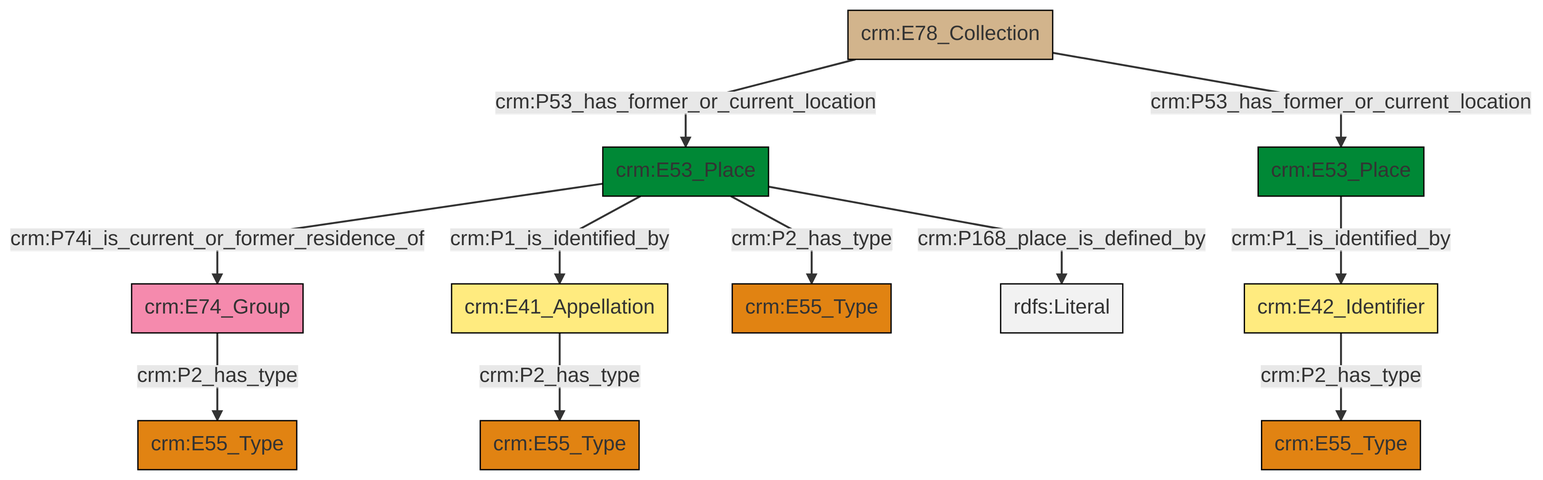
The Mermaid diagram et/archivalCSV/ttl/mmd/png/archival_location.png in swiss-art-research-net/docs.swissartresearch, before a commit. Its source is kept beside it as et/archivalCSV/ttl/mmd/archival_location.ttl.mmd. The source it was exported from:
```mermaid
graph TD
classDef Literal fill:#f2f2f2,stroke:#000000;
classDef CRM_Entity fill:#FFFFFF,stroke:#000000;
classDef Temporal_Entity fill:#00C9E6, stroke:#000000;
classDef Type fill:#E18312, stroke:#000000;
classDef Time-Span fill:#2C9C91, stroke:#000000;
classDef Appellation fill:#FFEB7F, stroke:#000000;
classDef Place fill:#008836, stroke:#000000;
classDef Persistent_Item fill:#B266B2, stroke:#000000;
classDef Conceptual_Object fill:#FFD700, stroke:#000000;
classDef Physical_Thing fill:#D2B48C, stroke:#000000;
classDef Actor fill:#f58aad, stroke:#000000;
classDef PC_Classes fill:#4ce600, stroke:#000000;
classDef Multi fill:#cccccc,stroke:#000000;

2["crm:E78_Collection"]:::Physical_Thing -->|crm:P53_has_former_or_current_location| 3["crm:E53_Place"]:::Place
6["crm:E53_Place"]:::Place -->|crm:P1_is_identified_by| 7["crm:E42_Identifier"]:::Appellation
0["crm:E41_Appellation"]:::Appellation -->|crm:P2_has_type| 8["crm:E55_Type"]:::Type
3["crm:E53_Place"]:::Place -->|crm:P74i_is_current_or_former_residence_of| 12["crm:E74_Group"]:::Actor
3["crm:E53_Place"]:::Place -->|crm:P1_is_identified_by| 0["crm:E41_Appellation"]:::Appellation
2["crm:E78_Collection"]:::Physical_Thing -->|crm:P53_has_former_or_current_location| 6["crm:E53_Place"]:::Place
3["crm:E53_Place"]:::Place -->|crm:P2_has_type| 13["crm:E55_Type"]:::Type
7["crm:E42_Identifier"]:::Appellation -->|crm:P2_has_type| 4["crm:E55_Type"]:::Type
3["crm:E53_Place"]:::Place -->|crm:P168_place_is_defined_by| 24[rdfs:Literal]:::Literal
12["crm:E74_Group"]:::Actor -->|crm:P2_has_type| 10["crm:E55_Type"]:::Type
```
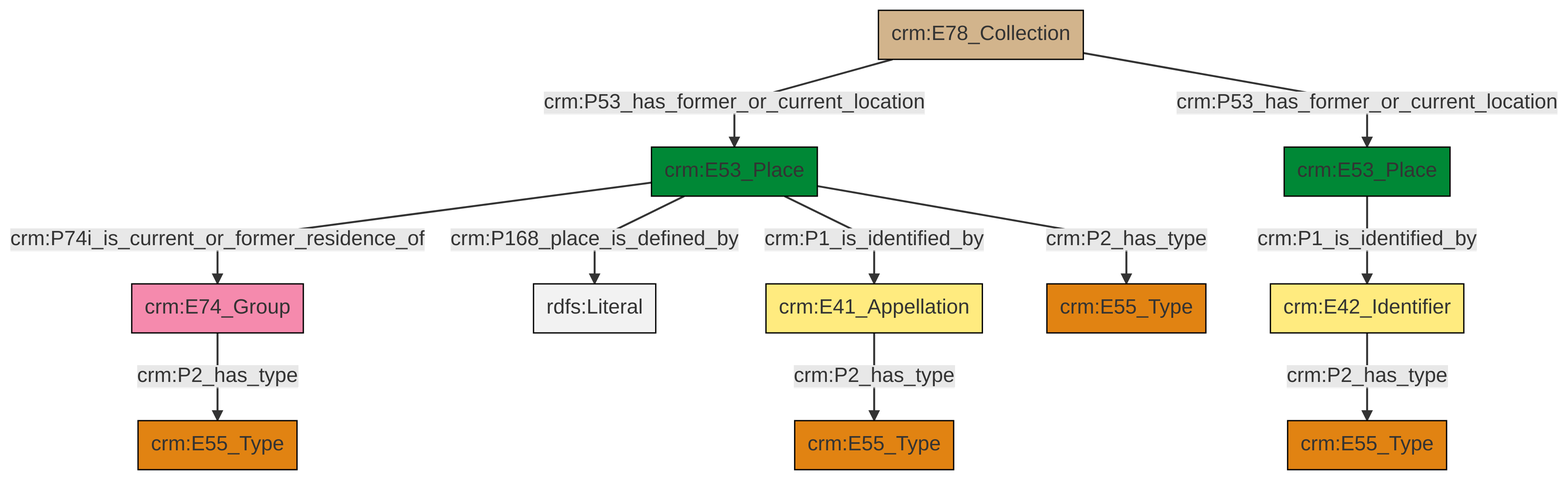
After the commit.

Diff of the diagram source:
```diff
@@ -13,13 +13,13 @@
 classDef PC_Classes fill:#4ce600, stroke:#000000;
 classDef Multi fill:#cccccc,stroke:#000000;
 
-2["crm:E78_Collection"]:::Physical_Thing -->|crm:P53_has_former_or_current_location| 3["crm:E53_Place"]:::Place
-6["crm:E53_Place"]:::Place -->|crm:P1_is_identified_by| 7["crm:E42_Identifier"]:::Appellation
-0["crm:E41_Appellation"]:::Appellation -->|crm:P2_has_type| 8["crm:E55_Type"]:::Type
-3["crm:E53_Place"]:::Place -->|crm:P74i_is_current_or_former_residence_of| 12["crm:E74_Group"]:::Actor
-3["crm:E53_Place"]:::Place -->|crm:P1_is_identified_by| 0["crm:E41_Appellation"]:::Appellation
-2["crm:E78_Collection"]:::Physical_Thing -->|crm:P53_has_former_or_current_location| 6["crm:E53_Place"]:::Place
-3["crm:E53_Place"]:::Place -->|crm:P2_has_type| 13["crm:E55_Type"]:::Type
-7["crm:E42_Identifier"]:::Appellation -->|crm:P2_has_type| 4["crm:E55_Type"]:::Type
-3["crm:E53_Place"]:::Place -->|crm:P168_place_is_defined_by| 24[rdfs:Literal]:::Literal
-12["crm:E74_Group"]:::Actor -->|crm:P2_has_type| 10["crm:E55_Type"]:::Type
+6["crm:E53_Place"]:::Place -->|crm:P74i_is_current_or_former_residence_of| 7["crm:E74_Group"]:::Actor
+4["crm:E41_Appellation"]:::Appellation -->|crm:P2_has_type| 10["crm:E55_Type"]:::Type
+12["crm:E78_Collection"]:::Physical_Thing -->|crm:P53_has_former_or_current_location| 6["crm:E53_Place"]:::Place
+6["crm:E53_Place"]:::Place -->|crm:P168_place_is_defined_by| 16[rdfs:Literal]:::Literal
+7["crm:E74_Group"]:::Actor -->|crm:P2_has_type| 14["crm:E55_Type"]:::Type
+6["crm:E53_Place"]:::Place -->|crm:P1_is_identified_by| 4["crm:E41_Appellation"]:::Appellation
+12["crm:E78_Collection"]:::Physical_Thing -->|crm:P53_has_former_or_current_location| 8["crm:E53_Place"]:::Place
+0["crm:E42_Identifier"]:::Appellation -->|crm:P2_has_type| 19["crm:E55_Type"]:::Type
+8["crm:E53_Place"]:::Place -->|crm:P1_is_identified_by| 0["crm:E42_Identifier"]:::Appellation
+6["crm:E53_Place"]:::Place -->|crm:P2_has_type| 2["crm:E55_Type"]:::Type
```
